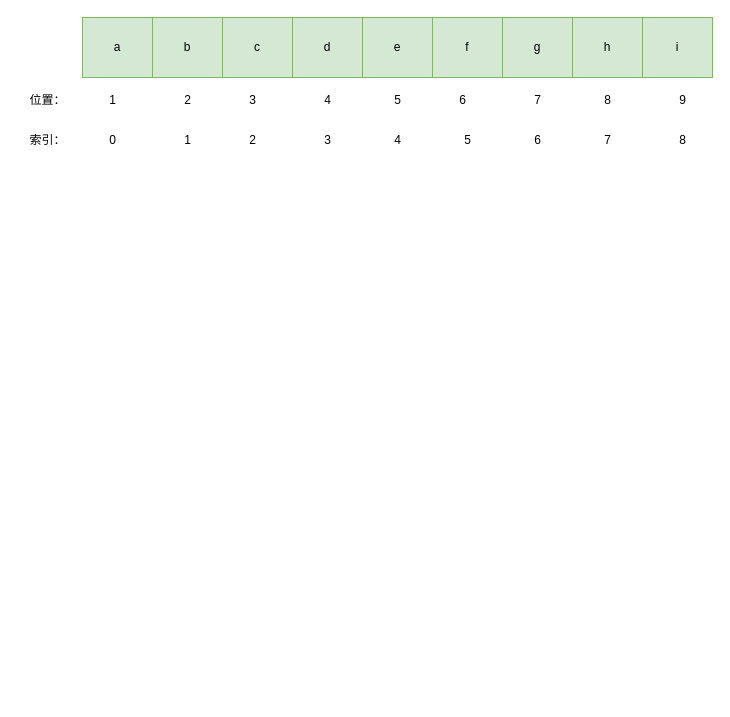
Earlier version of the draw.io diagram list/顺序表.drawio (qianxiaolin/draw.io). Source tidied: cells renumbered, new cells numbered last; positions are measured from the earlier drawing's top-left corner, leaving out a move shared by most shapes. Both pictures are drawn from the tidied source at 100%, with x=0, y=0 at pixel (17, 17).
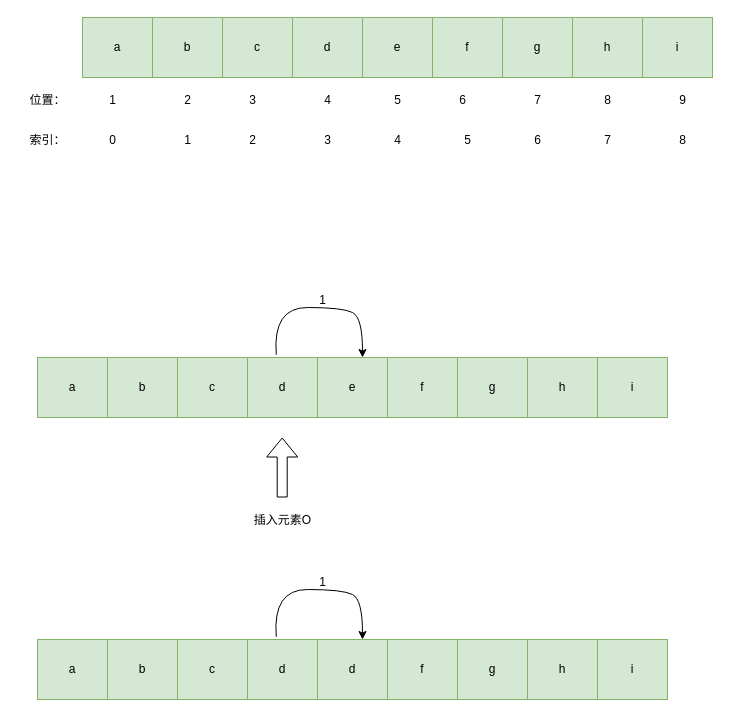
The same page after the edit.

Commit message (it also covers changes not shown here):
更新顺序表.drawio

Diff of the diagram source:
```diff
@@
+    <mxCell id="32" style="rounded=0;whiteSpace=wrap;html=1;" parent="1" vertex="1">
+      <mxGeometry x="20" y="340" width="630" height="60" as="geometry" />
+    </mxCell>
+    <mxCell id="33" value="a" style="rounded=0;whiteSpace=wrap;html=1;fillColor=#d5e8d4;strokeColor=#82b366;" parent="1" vertex="1">
+      <mxGeometry x="20" y="340" width="70" height="60" as="geometry" />
+    </mxCell>
+    <mxCell id="34" value="b" style="rounded=0;whiteSpace=wrap;html=1;fillColor=#d5e8d4;strokeColor=#82b366;" parent="1" vertex="1">
+      <mxGeometry x="90" y="340" width="70" height="60" as="geometry" />
+    </mxCell>
+    <mxCell id="35" value="c" style="rounded=0;whiteSpace=wrap;html=1;fillColor=#d5e8d4;strokeColor=#82b366;" parent="1" vertex="1">
+      <mxGeometry x="160" y="340" width="70" height="60" as="geometry" />
+    </mxCell>
+    <mxCell id="36" value="d" style="rounded=0;whiteSpace=wrap;html=1;fillColor=#d5e8d4;strokeColor=#82b366;" parent="1" vertex="1">
+      <mxGeometry x="230" y="340" width="70" height="60" as="geometry" />
+    </mxCell>
+    <mxCell id="37" value="e" style="rounded=0;whiteSpace=wrap;html=1;fillColor=#d5e8d4;strokeColor=#82b366;" parent="1" vertex="1">
+      <mxGeometry x="300" y="340" width="70" height="60" as="geometry" />
+    </mxCell>
+    <mxCell id="38" value="f" style="rounded=0;whiteSpace=wrap;html=1;fillColor=#d5e8d4;strokeColor=#82b366;" parent="1" vertex="1">
+      <mxGeometry x="370" y="340" width="70" height="60" as="geometry" />
+    </mxCell>
+    <mxCell id="39" value="g" style="rounded=0;whiteSpace=wrap;html=1;fillColor=#d5e8d4;strokeColor=#82b366;" parent="1" vertex="1">
+      <mxGeometry x="440" y="340" width="70" height="60" as="geometry" />
+    </mxCell>
+    <mxCell id="40" value="h" style="rounded=0;whiteSpace=wrap;html=1;fillColor=#d5e8d4;strokeColor=#82b366;" parent="1" vertex="1">
+      <mxGeometry x="510" y="340" width="70" height="60" as="geometry" />
+    </mxCell>
+    <mxCell id="41" value="i" style="rounded=0;whiteSpace=wrap;html=1;fillColor=#d5e8d4;strokeColor=#82b366;" parent="1" vertex="1">
+      <mxGeometry x="580" y="340" width="70" height="60" as="geometry" />
+    </mxCell>
+    <mxCell id="42" style="shape=flexArrow;endArrow=classic;html=1;rounded=0;" parent="1" edge="1">
+      <mxGeometry relative="1" as="geometry">
+        <mxPoint x="264.7" y="480" as="sourcePoint" />
+        <mxPoint x="264.7" y="420" as="targetPoint" />
+      </mxGeometry>
+    </mxCell>
+    <mxCell id="43" value="插入元素O" style="text;html=1;align=center;verticalAlign=middle;strokeColor=none;fillColor=none;" parent="1" vertex="1">
+      <mxGeometry x="225" y="488" width="80" height="30" as="geometry" />
+    </mxCell>
+    <mxCell id="44" style="curved=1;endArrow=classic;html=1;rounded=0;entryX=0.557;entryY=-0.038;entryDx=0;entryDy=0;entryPerimeter=0;exitX=0.411;exitY=-0.047;exitDx=0;exitDy=0;exitPerimeter=0;" parent="1" edge="1" source="36">
+      <mxGeometry relative="1" as="geometry">
+        <mxPoint x="345" y="340" as="targetPoint" />
+        <Array as="points">
+          <mxPoint x="255" y="290" />
+          <mxPoint x="325" y="290" />
+          <mxPoint x="345" y="300" />
+        </Array>
+      </mxGeometry>
+    </mxCell>
+    <mxCell id="45" value="1" style="text;html=1;align=center;verticalAlign=middle;strokeColor=none;fillColor=none;" parent="1" vertex="1">
+      <mxGeometry x="290" y="268" width="30" height="30" as="geometry" />
+    </mxCell>
+    <mxCell id="46" style="rounded=0;whiteSpace=wrap;html=1;" parent="1" vertex="1">
+      <mxGeometry x="20" y="622" width="630" height="60" as="geometry" />
+    </mxCell>
+    <mxCell id="47" value="a" style="rounded=0;whiteSpace=wrap;html=1;fillColor=#d5e8d4;strokeColor=#82b366;" parent="1" vertex="1">
+      <mxGeometry x="20" y="622" width="70" height="60" as="geometry" />
+    </mxCell>
+    <mxCell id="48" value="b" style="rounded=0;whiteSpace=wrap;html=1;fillColor=#d5e8d4;strokeColor=#82b366;" parent="1" vertex="1">
+      <mxGeometry x="90" y="622" width="70" height="60" as="geometry" />
+    </mxCell>
+    <mxCell id="49" value="c" style="rounded=0;whiteSpace=wrap;html=1;fillColor=#d5e8d4;strokeColor=#82b366;" parent="1" vertex="1">
+      <mxGeometry x="160" y="622" width="70" height="60" as="geometry" />
+    </mxCell>
+    <mxCell id="50" value="d" style="rounded=0;whiteSpace=wrap;html=1;fillColor=#d5e8d4;strokeColor=#82b366;" parent="1" vertex="1">
+      <mxGeometry x="230" y="622" width="70" height="60" as="geometry" />
+    </mxCell>
+    <mxCell id="51" value="d" style="rounded=0;whiteSpace=wrap;html=1;fillColor=#d5e8d4;strokeColor=#82b366;" parent="1" vertex="1">
+      <mxGeometry x="300" y="622" width="70" height="60" as="geometry" />
+    </mxCell>
+    <mxCell id="52" value="f" style="rounded=0;whiteSpace=wrap;html=1;fillColor=#d5e8d4;strokeColor=#82b366;" parent="1" vertex="1">
+      <mxGeometry x="370" y="622" width="70" height="60" as="geometry" />
+    </mxCell>
+    <mxCell id="53" value="g" style="rounded=0;whiteSpace=wrap;html=1;fillColor=#d5e8d4;strokeColor=#82b366;" parent="1" vertex="1">
+      <mxGeometry x="440" y="622" width="70" height="60" as="geometry" />
+    </mxCell>
+    <mxCell id="54" value="h" style="rounded=0;whiteSpace=wrap;html=1;fillColor=#d5e8d4;strokeColor=#82b366;" parent="1" vertex="1">
+      <mxGeometry x="510" y="622" width="70" height="60" as="geometry" />
+    </mxCell>
+    <mxCell id="55" value="i" style="rounded=0;whiteSpace=wrap;html=1;fillColor=#d5e8d4;strokeColor=#82b366;" parent="1" vertex="1">
+      <mxGeometry x="580" y="622" width="70" height="60" as="geometry" />
+    </mxCell>
+    <mxCell id="56" style="curved=1;endArrow=classic;html=1;rounded=0;entryX=0.557;entryY=-0.038;entryDx=0;entryDy=0;entryPerimeter=0;exitX=0.411;exitY=-0.047;exitDx=0;exitDy=0;exitPerimeter=0;" parent="1" edge="1" source="50">
+      <mxGeometry relative="1" as="geometry">
+        <mxPoint x="345" y="622" as="targetPoint" />
+        <Array as="points">
+          <mxPoint x="255" y="572" />
+          <mxPoint x="325" y="572" />
+          <mxPoint x="345" y="582" />
+        </Array>
+      </mxGeometry>
+    </mxCell>
+    <mxCell id="57" value="1" style="text;html=1;align=center;verticalAlign=middle;strokeColor=none;fillColor=none;" parent="1" vertex="1">
+      <mxGeometry x="290" y="550" width="30" height="30" as="geometry" />
+    </mxCell>
```
